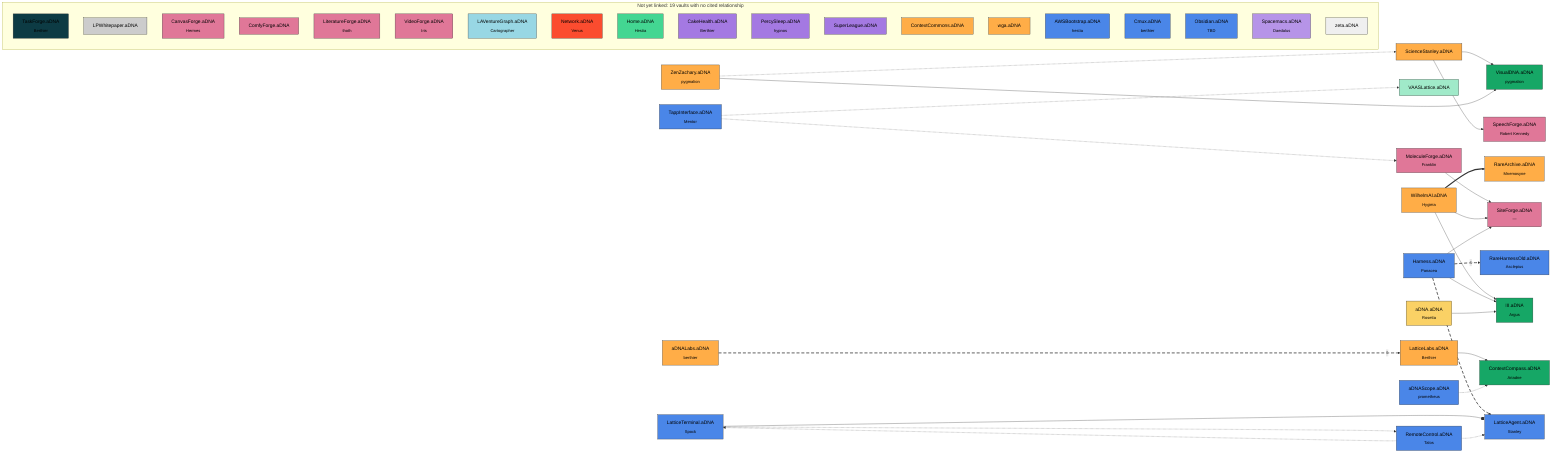
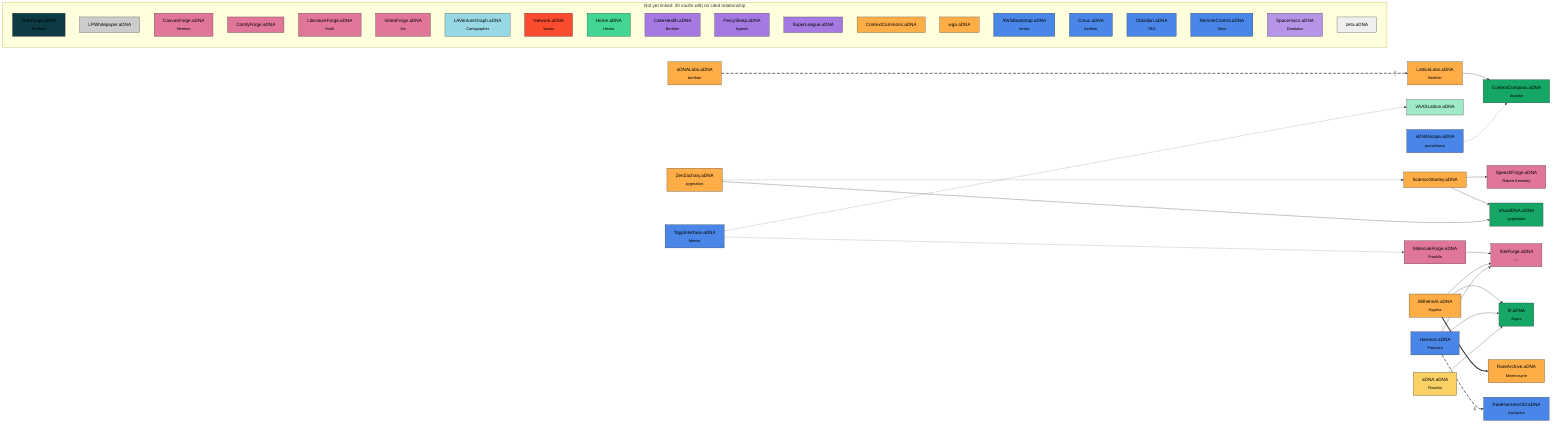
flowchart LR
  MoleculeForge_aDNA["MoleculeForge.aDNA<br><sub>Franklin</sub>"]:::classforge
  SiteForge_aDNA["SiteForge.aDNA<br><sub>—</sub>"]:::classforge
  SpeechForge_aDNA["SpeechForge.aDNA<br><sub>Robert Kennedy</sub>"]:::classforge
  ContextCompass_aDNA["ContextCompass.aDNA<br><sub>Ariadne</sub>"]:::classframework
  III_aDNA["III.aDNA<br><sub>Argus</sub>"]:::classframework
  visualdna["VisualDNA.aDNA<br><sub>pygmalion</sub>"]:::classframework
  VAASLattice_aDNA["VAASLattice.aDNA"]:::classframeworkcandidate
  adnalabs["aDNALabs.aDNA<br><sub>berthier</sub>"]:::classorgvault
  LatticeLabs_aDNA["LatticeLabs.aDNA<br><sub>Berthier</sub>"]:::classorgvault
  RareArchive_aDNA["RareArchive.aDNA<br><sub>Mnemosyne</sub>"]:::classorgvault
  sciencestanley["ScienceStanley.aDNA"]:::classorgvault
  WilhelmAI_aDNA["WilhelmAI.aDNA<br><sub>Hygieia</sub>"]:::classorgvault
  zenzachary["ZenZachary.aDNA<br><sub>pygmalion</sub>"]:::classorgvault
  adnascope["aDNAScope.aDNA<br><sub>prometheus</sub>"]:::classplatform
  Harness_aDNA["Harness.aDNA<br><sub>Panacea</sub>"]:::classplatform
-   LatticeAgent_aDNA["LatticeAgent.aDNA<br><sub>Stanley</sub>"]:::classplatform
-   LatticeTerminal_aDNA["LatticeTerminal.aDNA<br><sub>Spock</sub>"]:::classplatform
  RareHarnessOld_aDNA["RareHarnessOld.aDNA<br><sub>Asclepius</sub>"]:::classplatform
-   RemoteControl_aDNA["RemoteControl.aDNA<br><sub>Talos</sub>"]:::classplatform
  TappInterface_aDNA["TappInterface.aDNA<br><sub>Mentor</sub>"]:::classplatform
  aDNA_aDNA["aDNA.aDNA<br><sub>Rosetta</sub>"]:::classstandarddev

-   subgraph orphans["Not yet linked: 19 vaults with no cited relationship"]
+   subgraph orphans["Not yet linked: 20 vaults with no cited relationship"]
    direction TB
    TaskForge_aDNA["TaskForge.aDNA<br><sub>Berthier</sub>"]:::classcoordination
    LPWhitepaper_aDNA["LPWhitepaper.aDNA"]:::classdocument
    CanvasForge_aDNA["CanvasForge.aDNA<br><sub>Hermes</sub>"]:::classforge
    ComfyForge_aDNA["ComfyForge.aDNA"]:::classforge
    literatureforge["LiteratureForge.aDNA<br><sub>thoth</sub>"]:::classforge
    VideoForge_aDNA["VideoForge.aDNA<br><sub>Iris</sub>"]:::classforge
    LAVentureGraph_aDNA["LAVentureGraph.aDNA<br><sub>Cartographer</sub>"]:::classknowledgegraph
    Network_aDNA["Network.aDNA<br><sub>Venus</sub>"]:::classnetwork
    Home_aDNA["Home.aDNA<br><sub>Hestia</sub>"]:::classnodeoperational
    CakeHealth_aDNA["CakeHealth.aDNA<br><sub>Berthier</sub>"]:::classorggraph
    percysleep["PercySleep.aDNA<br><sub>hypnos</sub>"]:::classorggraph
    SuperLeague_aDNA["SuperLeague.aDNA"]:::classorggraph
    ContextCommons_aDNA["ContextCommons.aDNA"]:::classorgvault
    wga_aDNA["wga.aDNA"]:::classorgvault
    awsbootstrap["AWSBootstrap.aDNA<br><sub>hestia</sub>"]:::classplatform
    cmux["Cmux.aDNA<br><sub>berthier</sub>"]:::classplatform
    Obsidian_aDNA["Obsidian.aDNA<br><sub>TBD</sub>"]:::classplatform
+     RemoteControl_aDNA["RemoteControl.aDNA<br><sub>Talos</sub>"]:::classplatform
    Spacemacs_aDNA["Spacemacs.aDNA<br><sub>Daedalus</sub>"]:::classtooling
    zeta_aDNA["zeta.aDNA"]:::classworkspace
  end

  MoleculeForge_aDNA --> SiteForge_aDNA
  adnalabs -.->|s| LatticeLabs_aDNA
  LatticeLabs_aDNA --> ContextCompass_aDNA
  sciencestanley --> SpeechForge_aDNA
  sciencestanley --> visualdna
  WilhelmAI_aDNA --> SiteForge_aDNA
  WilhelmAI_aDNA --> III_aDNA
  WilhelmAI_aDNA ==> RareArchive_aDNA
  zenzachary -.-> sciencestanley
  zenzachary --> visualdna
  adnascope -.-> ContextCompass_aDNA
  Harness_aDNA --> SiteForge_aDNA
  Harness_aDNA --> III_aDNA
-   Harness_aDNA -.->|s| LatticeAgent_aDNA
-   LatticeTerminal_aDNA -.-> RemoteControl_aDNA
-   LatticeTerminal_aDNA --o LatticeAgent_aDNA
  Harness_aDNA -.->|s| RareHarnessOld_aDNA
-   RemoteControl_aDNA -.-> LatticeAgent_aDNA
-   RemoteControl_aDNA -.-> LatticeTerminal_aDNA
  TappInterface_aDNA -.-> MoleculeForge_aDNA
  TappInterface_aDNA -.-> VAASLattice_aDNA
  aDNA_aDNA --> III_aDNA
-   linkStyle 1,13,16 stroke-width:2.5px,stroke-dasharray:10 6
+   linkStyle 1,13 stroke-width:2.5px,stroke-dasharray:10 6

  classDef classforge fill:#e07798,stroke:#333,color:#000
  classDef classframework fill:#16a766,stroke:#333,color:#000
  classDef classframeworkcandidate fill:#a0eac9,stroke:#333,color:#000
  classDef classplatform fill:#4a86e8,stroke:#333,color:#000
  classDef classorgvault fill:#ffad47,stroke:#333,color:#000
  classDef classstandarddev fill:#fad165,stroke:#333,color:#000
  classDef classorggraph fill:#a479e2,stroke:#333,color:#000
  classDef classnetwork fill:#fb4c2f,stroke:#333,color:#000
  classDef classnodeoperational fill:#43d692,stroke:#333,color:#000
  classDef classcoordination fill:#0d3b44,stroke:#333,color:#000
  classDef classdocument fill:#cccccc,stroke:#333,color:#000
  classDef classknowledgegraph fill:#98d7e4,stroke:#333,color:#000
  classDef classtooling fill:#b694e8,stroke:#333,color:#000
  classDef classworkspace fill:#efefef,stroke:#333,color:#000
  classDef classsuperseded fill:#666666,stroke:#333,color:#000
